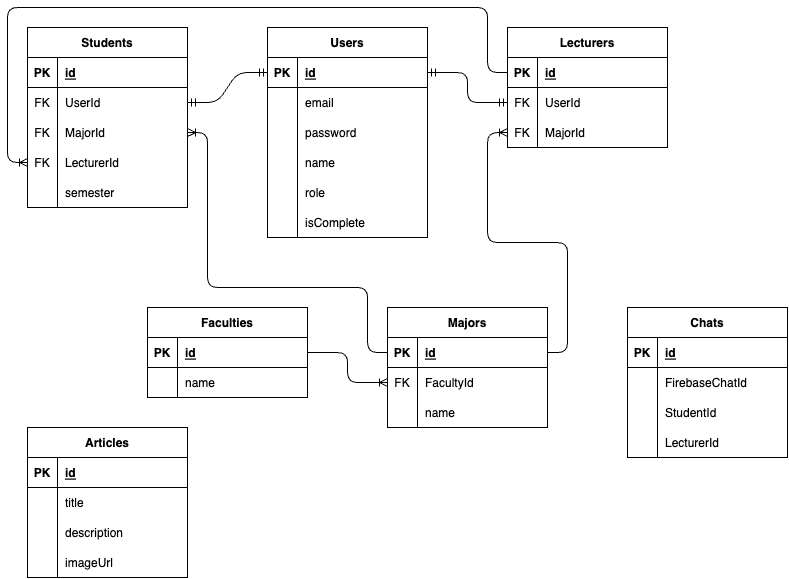
The draw.io diagram erd.drawio.png in HuseinHQ/u-ways-api, before a commit. Source tidied: cells renumbered, new cells last; positions are measured from the earlier drawing's top-left corner, leaving out a move shared by most shapes.
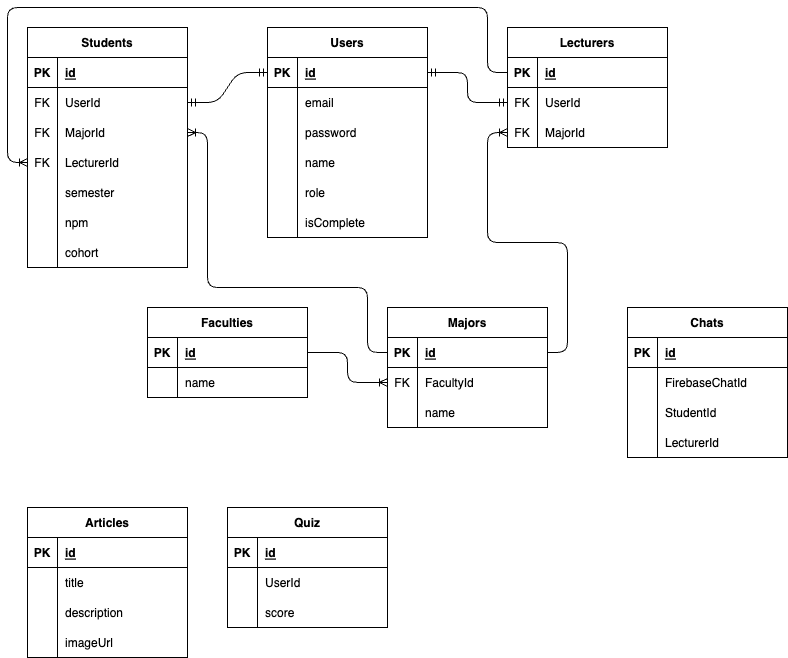
The same diagram one commit later.

The edit, as a diff of the source:
```diff
@@ -60,7 +60,7 @@
       <mxGeometry x="30" width="130" height="30" as="geometry" />
     </mxCell>
     <mxCell id="21" value="Students" style="shape=table;startSize=30;rowLines=0;fontStyle=1;align=center;" parent="1" vertex="1">
-      <mxGeometry x="20" y="20" width="160" height="180" as="geometry" />
+      <mxGeometry x="20" y="20" width="160" height="240" as="geometry" />
     </mxCell>
     <mxCell id="22" style="shape=tableRow;horizontal=0;startSize=0;swimlaneHead=0;swimlaneBody=0;fillColor=none;top=0;left=0;right=0;bottom=1;" parent="21" vertex="1">
       <mxGeometry y="30" width="160" height="30" as="geometry" />
@@ -98,13 +98,31 @@
     <mxCell id="33" value="LecturerId" style="shape=partialRectangle;fillColor=none;top=0;left=0;bottom=0;right=0;align=left;spacingLeft=6;overflow=hidden;" parent="31" vertex="1">
       <mxGeometry x="30" width="130" height="30" as="geometry" />
     </mxCell>
+    <mxCell id="96" style="shape=tableRow;horizontal=0;startSize=0;swimlaneHead=0;swimlaneBody=0;fillColor=none;top=0;left=0;right=0;bottom=0;" parent="21" vertex="1">
+      <mxGeometry y="150" width="160" height="30" as="geometry" />
+    </mxCell>
+    <mxCell id="97" style="shape=partialRectangle;fillColor=none;top=0;left=0;bottom=0;right=0;overflow=hidden;" parent="96" vertex="1">
+      <mxGeometry width="30" height="30" as="geometry" />
+    </mxCell>
+    <mxCell id="98" value="semester" style="shape=partialRectangle;fillColor=none;top=0;left=0;bottom=0;right=0;align=left;spacingLeft=6;overflow=hidden;" parent="96" vertex="1">
+      <mxGeometry x="30" width="130" height="30" as="geometry" />
+    </mxCell>
+    <mxCell id="99" style="shape=tableRow;horizontal=0;startSize=0;swimlaneHead=0;swimlaneBody=0;fillColor=none;top=0;left=0;right=0;bottom=0;" parent="21" vertex="1">
+      <mxGeometry y="180" width="160" height="30" as="geometry" />
+    </mxCell>
+    <mxCell id="100" style="shape=partialRectangle;fillColor=none;top=0;left=0;bottom=0;right=0;overflow=hidden;" parent="99" vertex="1">
+      <mxGeometry width="30" height="30" as="geometry" />
+    </mxCell>
+    <mxCell id="101" value="npm" style="shape=partialRectangle;fillColor=none;top=0;left=0;bottom=0;right=0;align=left;spacingLeft=6;overflow=hidden;" parent="99" vertex="1">
+      <mxGeometry x="30" width="130" height="30" as="geometry" />
+    </mxCell>
     <mxCell id="34" style="shape=tableRow;horizontal=0;startSize=0;swimlaneHead=0;swimlaneBody=0;fillColor=none;top=0;left=0;right=0;bottom=0;" parent="21" vertex="1">
-      <mxGeometry y="150" width="160" height="30" as="geometry" />
+      <mxGeometry y="210" width="160" height="30" as="geometry" />
     </mxCell>
     <mxCell id="35" style="shape=partialRectangle;fillColor=none;top=0;left=0;bottom=0;right=0;overflow=hidden;" parent="34" vertex="1">
       <mxGeometry width="30" height="30" as="geometry" />
     </mxCell>
-    <mxCell id="36" value="semester" style="shape=partialRectangle;fillColor=none;top=0;left=0;bottom=0;right=0;align=left;spacingLeft=6;overflow=hidden;" parent="34" vertex="1">
+    <mxCell id="36" value="cohort" style="shape=partialRectangle;fillColor=none;top=0;left=0;bottom=0;right=0;align=left;spacingLeft=6;overflow=hidden;" parent="34" vertex="1">
       <mxGeometry x="30" width="130" height="30" as="geometry" />
     </mxCell>
     <mxCell id="37" value="Lecturers" style="shape=table;startSize=30;rowLines=0;fontStyle=1;align=center;" parent="1" vertex="1">
@@ -228,7 +246,7 @@
       </mxGeometry>
     </mxCell>
     <mxCell id="70" value="Articles" style="shape=table;startSize=30;rowLines=0;fontStyle=1;align=center;" parent="1" vertex="1">
-      <mxGeometry x="20" y="420" width="160" height="150" as="geometry" />
+      <mxGeometry x="20" y="500" width="160" height="150" as="geometry" />
     </mxCell>
     <mxCell id="71" style="shape=tableRow;horizontal=0;startSize=0;swimlaneHead=0;swimlaneBody=0;fillColor=none;top=0;left=0;right=0;bottom=1;" parent="70" vertex="1">
       <mxGeometry y="30" width="160" height="30" as="geometry" />
@@ -305,5 +323,35 @@
     <mxCell id="95" value="LecturerId" style="shape=partialRectangle;fillColor=none;top=0;left=0;bottom=0;right=0;align=left;spacingLeft=6;overflow=hidden;" parent="93" vertex="1">
       <mxGeometry x="30" width="130" height="30" as="geometry" />
     </mxCell>
+    <mxCell id="102" value="Quiz" style="shape=table;startSize=30;rowLines=0;fontStyle=1;align=center;" parent="1" vertex="1">
+      <mxGeometry x="220" y="500" width="160" height="120" as="geometry" />
+    </mxCell>
+    <mxCell id="103" style="shape=tableRow;horizontal=0;startSize=0;swimlaneHead=0;swimlaneBody=0;fillColor=none;top=0;left=0;right=0;bottom=1;" parent="102" vertex="1">
+      <mxGeometry y="30" width="160" height="30" as="geometry" />
+    </mxCell>
+    <mxCell id="104" value="PK" style="shape=partialRectangle;fillColor=none;top=0;left=0;bottom=0;right=0;fontStyle=1;overflow=hidden;" parent="103" vertex="1">
+      <mxGeometry width="30" height="30" as="geometry" />
+    </mxCell>
+    <mxCell id="105" value="id" style="shape=partialRectangle;fillColor=none;top=0;left=0;bottom=0;right=0;align=left;spacingLeft=6;fontStyle=5;overflow=hidden;" parent="103" vertex="1">
+      <mxGeometry x="30" width="130" height="30" as="geometry" />
+    </mxCell>
+    <mxCell id="106" style="shape=tableRow;horizontal=0;startSize=0;swimlaneHead=0;swimlaneBody=0;fillColor=none;top=0;left=0;right=0;bottom=0;" parent="102" vertex="1">
+      <mxGeometry y="60" width="160" height="30" as="geometry" />
+    </mxCell>
+    <mxCell id="107" style="shape=partialRectangle;fillColor=none;top=0;left=0;bottom=0;right=0;overflow=hidden;" parent="106" vertex="1">
+      <mxGeometry width="30" height="30" as="geometry" />
+    </mxCell>
+    <mxCell id="108" value="UserId" style="shape=partialRectangle;fillColor=none;top=0;left=0;bottom=0;right=0;align=left;spacingLeft=6;overflow=hidden;" parent="106" vertex="1">
+      <mxGeometry x="30" width="130" height="30" as="geometry" />
+    </mxCell>
+    <mxCell id="109" style="shape=tableRow;horizontal=0;startSize=0;swimlaneHead=0;swimlaneBody=0;fillColor=none;top=0;left=0;right=0;bottom=0;" parent="102" vertex="1">
+      <mxGeometry y="90" width="160" height="30" as="geometry" />
+    </mxCell>
+    <mxCell id="110" style="shape=partialRectangle;fillColor=none;top=0;left=0;bottom=0;right=0;overflow=hidden;" parent="109" vertex="1">
+      <mxGeometry width="30" height="30" as="geometry" />
+    </mxCell>
+    <mxCell id="111" value="score" style="shape=partialRectangle;fillColor=none;top=0;left=0;bottom=0;right=0;align=left;spacingLeft=6;overflow=hidden;" parent="109" vertex="1">
+      <mxGeometry x="30" width="130" height="30" as="geometry" />
+    </mxCell>
   </root>
 </mxGraphModel>
```
